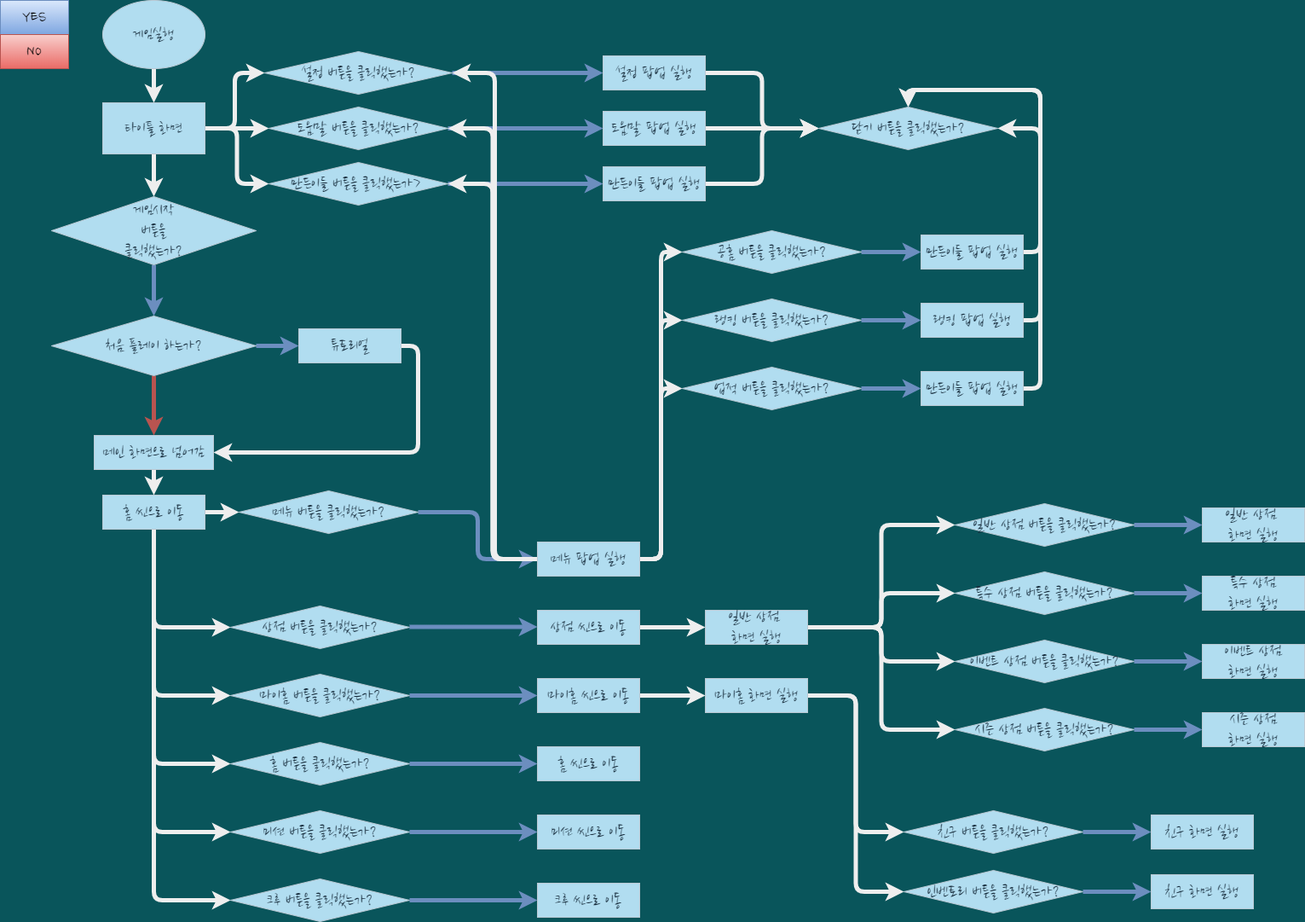
Before: gameplay_flowchat.drawio.png, a diagram exported from draw.io (kinesis19/stac_project_SME). Source tidied: cells renumbered, new cells last; positions are measured from the earlier drawing's top-left corner, leaving out a move shared by most shapes.
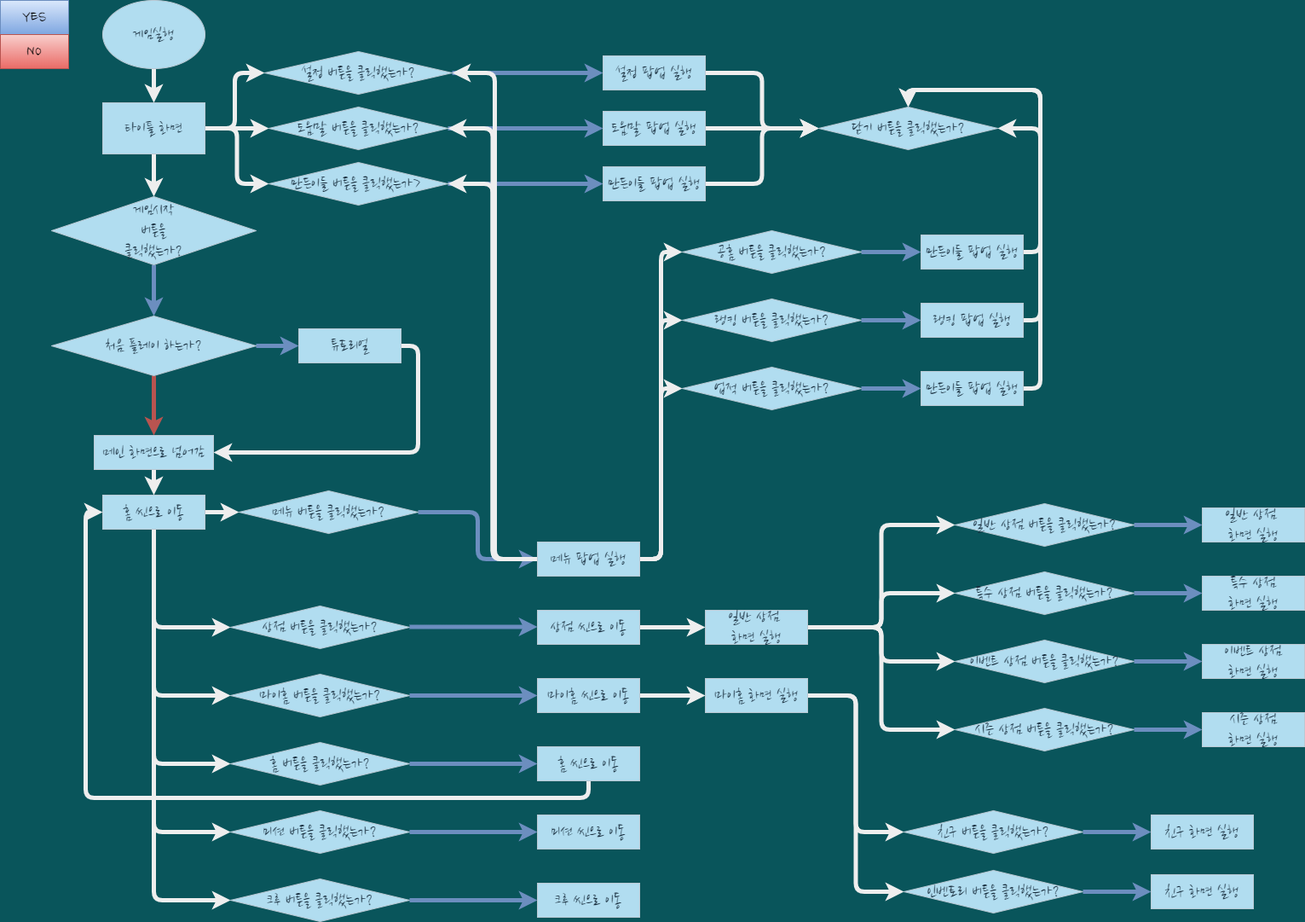
After the change.

What changed in the source:
```diff
@@ -222,6 +222,9 @@
         <mxPoint x="480" y="895" as="sourcePoint" />
       </mxGeometry>
     </mxCell>
+    <mxCell id="104" style="edgeStyle=orthogonalEdgeStyle;curved=0;rounded=1;sketch=0;jettySize=auto;html=1;exitX=0.5;exitY=1;exitDx=0;exitDy=0;entryX=0;entryY=0.5;entryDx=0;entryDy=0;fontColor=#FFFFFF;strokeColor=#EEEEEE;strokeWidth=5;" parent="1" edge="1" source="72" target="64">
+      <mxGeometry relative="1" as="geometry" />
+    </mxCell>
     <mxCell id="72" value="홈 씬으로 이동" style="rounded=0;whiteSpace=wrap;html=1;sketch=0;fontFamily=Nanum Brush Script;fontSource=https%3A%2F%2Ffonts.googleapis.com%2Fcss%3Ffamily%3DNanum%2BBrush%2BScript;fontSize=20;fillColor=#B1DDF0;strokeColor=#BAC8D3;fontColor=#182E3E;" parent="1" vertex="1">
       <mxGeometry x="630" y="875" width="120" height="40" as="geometry" />
     </mxCell>
```
